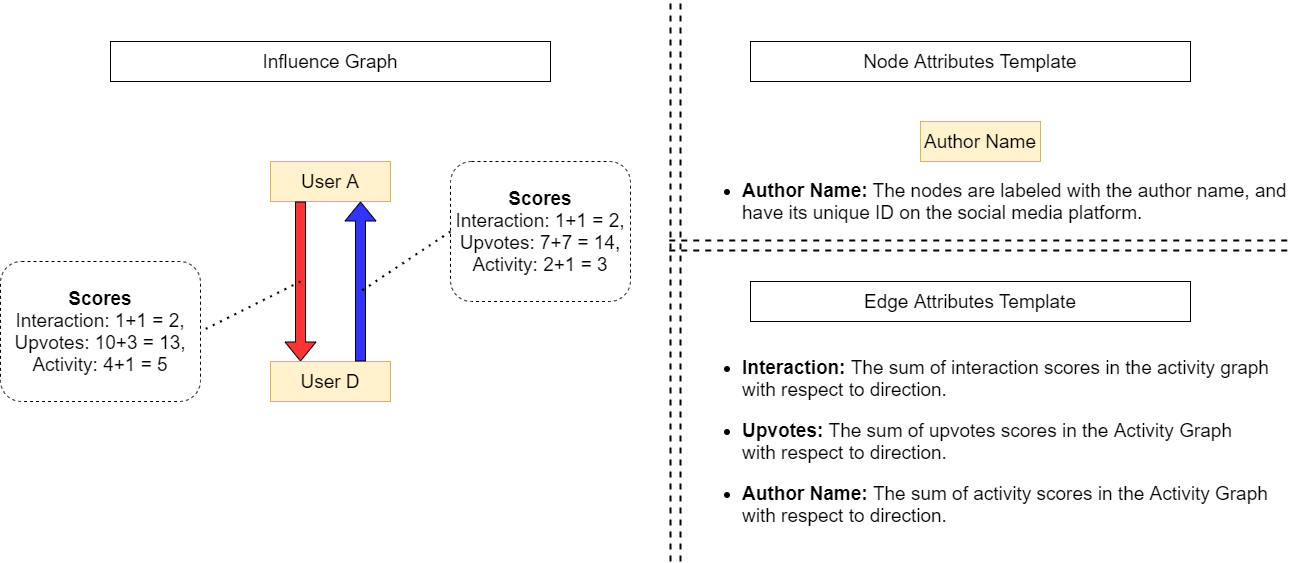
This is docs/figures/figures/one_submission_example_scoring_edges/User_Graph_one_submission.png from MohammedGuniem/social-media-influence-analyzer, a draw.io export, as it was before one commit. Source tidied: cells renumbered, new cells last; positions are measured from the earlier drawing's top-left corner, leaving out a move shared by most shapes.
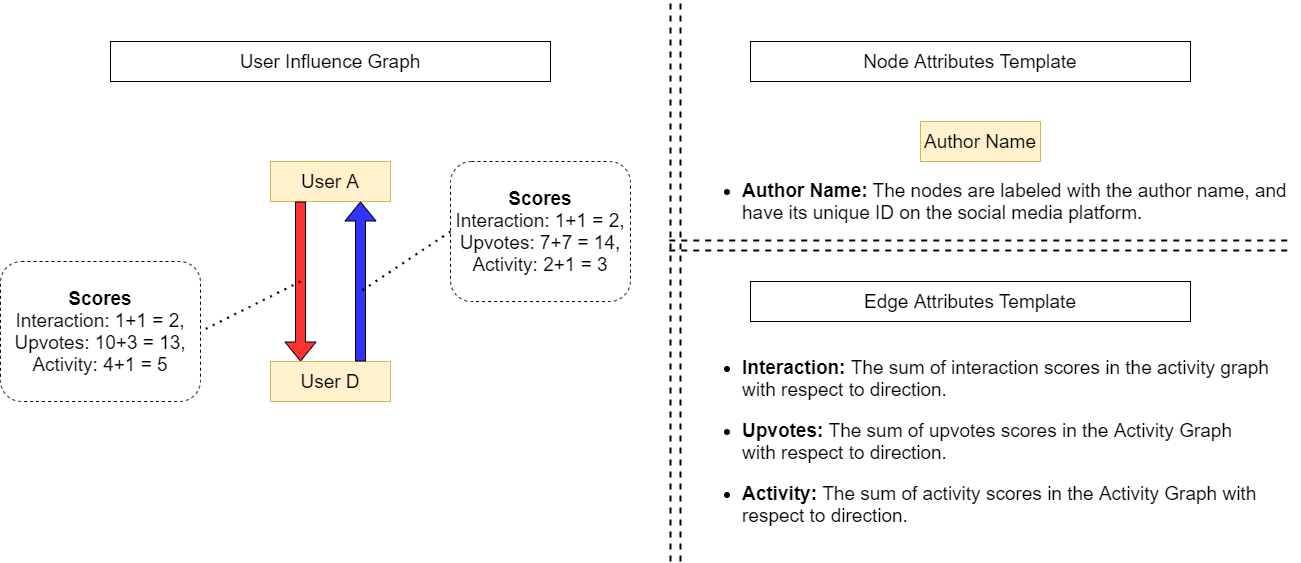
Above is the later version.

Diff of the diagram source:
```diff
@@ -28,7 +28,7 @@
     <mxCell id="7" value="&lt;font style=&quot;font-size: 19px;&quot;&gt;Node Attributes Template&lt;/font&gt;" style="text;html=1;fillColor=none;align=center;verticalAlign=middle;whiteSpace=wrap;rounded=0;strokeColor=#000000;fontSize=19;" parent="1" vertex="1">
       <mxGeometry x="750" y="40" width="440" height="40" as="geometry" />
     </mxCell>
-    <mxCell id="8" value="&lt;font style=&quot;font-size: 19px&quot;&gt;Influence Graph&lt;/font&gt;" style="text;html=1;fillColor=none;align=center;verticalAlign=middle;whiteSpace=wrap;rounded=0;strokeColor=#000000;fontSize=19;" parent="1" vertex="1">
+    <mxCell id="8" value="&lt;font style=&quot;font-size: 19px&quot;&gt;User Influence Graph&lt;/font&gt;" style="text;html=1;fillColor=none;align=center;verticalAlign=middle;whiteSpace=wrap;rounded=0;strokeColor=#000000;fontSize=19;" parent="1" vertex="1">
       <mxGeometry x="110" y="40" width="440" height="40" as="geometry" />
     </mxCell>
     <mxCell id="9" value="&lt;font style=&quot;font-size: 19px;&quot;&gt;Edge Attributes&amp;nbsp;Template&lt;/font&gt;" style="text;html=1;fillColor=none;align=center;verticalAlign=middle;whiteSpace=wrap;rounded=0;strokeColor=#000000;fontSize=19;" parent="1" vertex="1">
@@ -49,7 +49,7 @@
         <mxPoint x="1291.2" y="249" as="targetPoint" />
       </mxGeometry>
     </mxCell>
-    <mxCell id="13" value="&lt;ul style=&quot;font-size: 19px;&quot;&gt;&lt;li style=&quot;font-size: 19px;&quot;&gt;&lt;font style=&quot;font-size: 19px;&quot;&gt;&lt;b style=&quot;font-size: 19px;&quot;&gt;Interaction: &lt;/b&gt;The sum of interaction scores in the activity graph with respect to direction.&lt;/font&gt;&lt;/li&gt;&lt;/ul&gt;&lt;ul style=&quot;font-size: 19px;&quot;&gt;&lt;li style=&quot;font-size: 19px;&quot;&gt;&lt;font style=&quot;font-size: 19px;&quot;&gt;&lt;b style=&quot;font-size: 19px;&quot;&gt;Upvotes: &lt;/b&gt;The sum of upvotes scores in the Activity Graph with respect to direction.&lt;/font&gt;&lt;/li&gt;&lt;/ul&gt;&lt;ul style=&quot;font-size: 19px;&quot;&gt;&lt;li style=&quot;font-size: 19px;&quot;&gt;&lt;font style=&quot;font-size: 19px;&quot;&gt;&lt;b style=&quot;font-size: 19px;&quot;&gt;Author Name: &lt;/b&gt;The sum of activity scores in the Activity Graph with respect to direction.&lt;/font&gt;&lt;/li&gt;&lt;/ul&gt;&lt;div style=&quot;font-size: 19px;&quot;&gt;&lt;/div&gt;" style="text;html=1;strokeColor=none;fillColor=none;align=left;verticalAlign=middle;whiteSpace=wrap;rounded=0;fontSize=19;" parent="1" vertex="1">
+    <mxCell id="13" value="&lt;ul style=&quot;font-size: 19px&quot;&gt;&lt;li style=&quot;font-size: 19px&quot;&gt;&lt;font style=&quot;font-size: 19px&quot;&gt;&lt;b style=&quot;font-size: 19px&quot;&gt;Interaction: &lt;/b&gt;The sum of interaction scores in the activity graph with respect to direction.&lt;/font&gt;&lt;/li&gt;&lt;/ul&gt;&lt;ul style=&quot;font-size: 19px&quot;&gt;&lt;li style=&quot;font-size: 19px&quot;&gt;&lt;font style=&quot;font-size: 19px&quot;&gt;&lt;b style=&quot;font-size: 19px&quot;&gt;Upvotes: &lt;/b&gt;The sum of upvotes scores in the Activity Graph with respect to direction.&lt;/font&gt;&lt;/li&gt;&lt;/ul&gt;&lt;ul style=&quot;font-size: 19px&quot;&gt;&lt;li style=&quot;font-size: 19px&quot;&gt;&lt;font style=&quot;font-size: 19px&quot;&gt;&lt;b style=&quot;font-size: 19px&quot;&gt;Activity: &lt;/b&gt;The sum of activity scores in the Activity Graph with respect to direction.&lt;/font&gt;&lt;/li&gt;&lt;/ul&gt;&lt;div style=&quot;font-size: 19px&quot;&gt;&lt;/div&gt;" style="text;html=1;strokeColor=none;fillColor=none;align=left;verticalAlign=middle;whiteSpace=wrap;rounded=0;fontSize=19;" parent="1" vertex="1">
       <mxGeometry x="700" y="340" width="570" height="200" as="geometry" />
     </mxCell>
     <mxCell id="14" value="User D" style="rounded=0;whiteSpace=wrap;html=1;fillColor=#fff2cc;strokeColor=#d6b656;fontSize=19;" parent="1" vertex="1">
```
